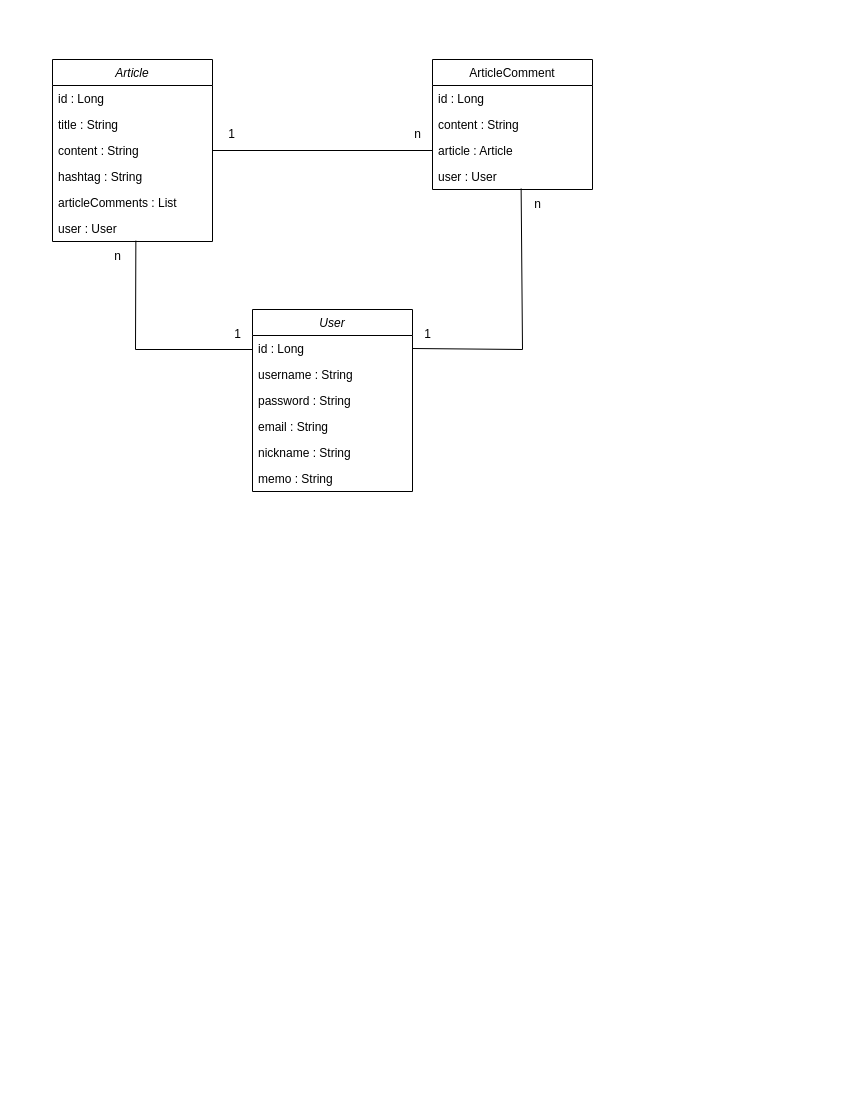
Earlier version of the draw.io diagram document/project-board_CLASS.drawio (mykim8710/project-board). Source tidied: cells renumbered, new cells numbered last; positions are measured from the earlier drawing's top-left corner, leaving out a move shared by most shapes. Both pictures are drawn from the tidied source at 100%, with x=0, y=0 at pixel (52, 59).
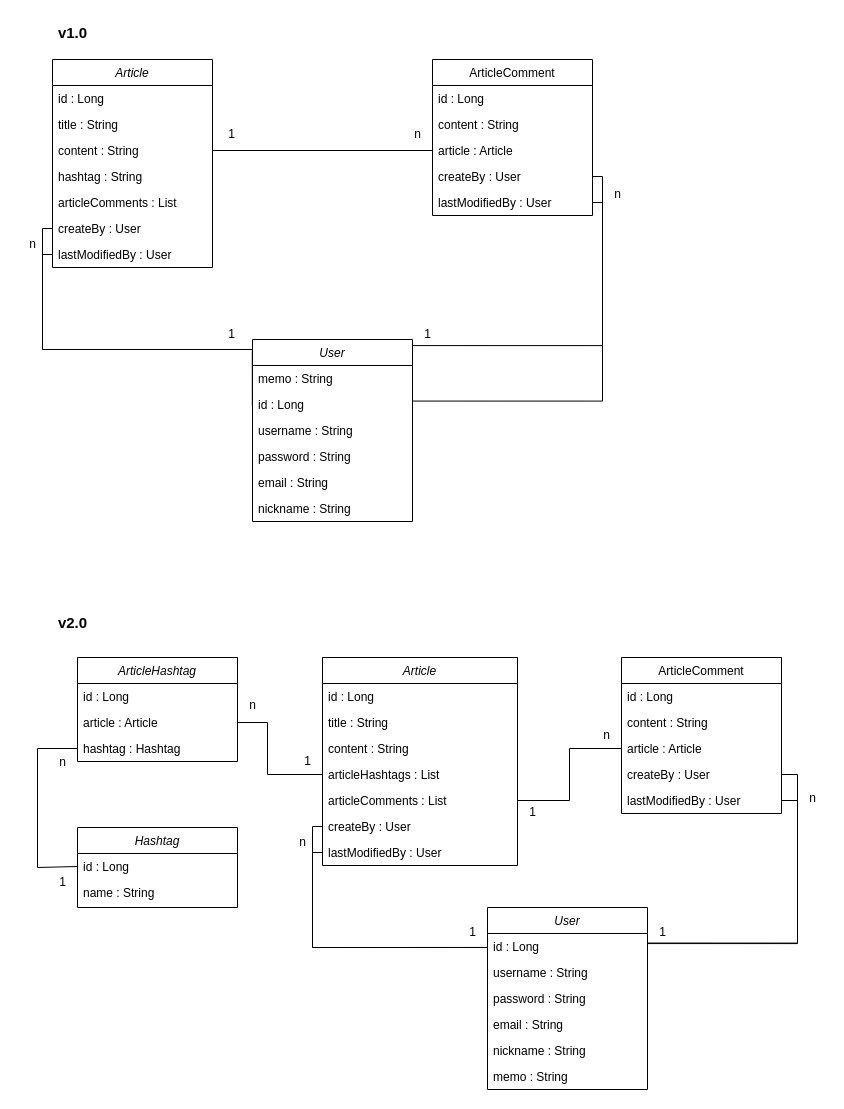
Above is the later version.

Commit message:
#50 - 게시판 서비스 고도화에 따른 클래스 다이어그램 업데이트

Unchanged cells that the change refers to:
```xml
<mxCell id="28" value="1" style="text;html=1;align=center;verticalAlign=middle;points=[];strokeColor=none;fillColor=none;" parent="1" vertex="1">
  <mxGeometry x="360" y="260" width="30" height="30" as="geometry" />
</mxCell>
```

Change to the diagram source:
```diff
@@
     <mxCell id="2" value="Article" style="swimlane;fontStyle=2;align=center;verticalAlign=top;horizontal=1;startSize=26;rounded=0;shadow=0;strokeWidth=1;" parent="1" vertex="1">
-      <mxGeometry width="160" height="182" as="geometry" />
+      <mxGeometry width="160" height="208" as="geometry" />
     </mxCell>
@@
-    <mxCell id="8" value="user : User" style="text;align=left;verticalAlign=top;spacingLeft=4;spacingRight=4;overflow=hidden;points=[[0,0.5],[1,0.5]];portConstraint=eastwest;rounded=0;shadow=0;html=0;" parent="2" vertex="1">
+    <mxCell id="8" value="createBy : User" style="text;align=left;verticalAlign=top;spacingLeft=4;spacingRight=4;overflow=hidden;points=[[0,0.5],[1,0.5]];portConstraint=eastwest;rounded=0;shadow=0;html=0;" parent="2" vertex="1">
       <mxGeometry y="156" width="160" height="26" as="geometry" />
     </mxCell>
+    <mxCell id="30" value="lastModifiedBy : User" style="text;align=left;verticalAlign=top;spacingLeft=4;spacingRight=4;overflow=hidden;points=[[0,0.5],[1,0.5]];portConstraint=eastwest;rounded=0;shadow=0;html=0;" parent="2" vertex="1">
+      <mxGeometry y="182" width="160" height="26" as="geometry" />
+    </mxCell>
     <mxCell id="9" value="ArticleComment" style="swimlane;fontStyle=0;align=center;verticalAlign=top;horizontal=1;startSize=26;rounded=0;shadow=0;strokeWidth=1;" parent="1" vertex="1">
-      <mxGeometry x="380" width="160" height="130" as="geometry" />
+      <mxGeometry x="380" width="160" height="156" as="geometry" />
     </mxCell>
@@
-    <mxCell id="13" value="user : User" style="text;align=left;verticalAlign=top;spacingLeft=4;spacingRight=4;overflow=hidden;points=[[0,0.5],[1,0.5]];portConstraint=eastwest;rounded=0;shadow=0;html=0;" parent="9" vertex="1">
+    <mxCell id="13" value="createBy : User" style="text;align=left;verticalAlign=top;spacingLeft=4;spacingRight=4;overflow=hidden;points=[[0,0.5],[1,0.5]];portConstraint=eastwest;rounded=0;shadow=0;html=0;" parent="9" vertex="1">
       <mxGeometry y="104" width="160" height="26" as="geometry" />
     </mxCell>
+    <mxCell id="31" value="lastModifiedBy : User" style="text;align=left;verticalAlign=top;spacingLeft=4;spacingRight=4;overflow=hidden;points=[[0,0.5],[1,0.5]];portConstraint=eastwest;rounded=0;shadow=0;html=0;" parent="9" vertex="1">
+      <mxGeometry y="130" width="160" height="26" as="geometry" />
+    </mxCell>
     <mxCell id="14" value="User" style="swimlane;fontStyle=2;align=center;verticalAlign=top;horizontal=1;startSize=26;rounded=0;shadow=0;strokeWidth=1;" parent="1" vertex="1">
-      <mxGeometry x="200" y="250" width="160" height="182" as="geometry" />
+      <mxGeometry x="200" y="280" width="160" height="182" as="geometry" />
     </mxCell>
+    <mxCell id="20" value="memo : String" style="text;align=left;verticalAlign=top;spacingLeft=4;spacingRight=4;overflow=hidden;rounded=0;shadow=0;html=0;" parent="14" vertex="1">
+      <mxGeometry y="26" width="160" height="26" as="geometry" />
+    </mxCell>
     <mxCell id="15" value="id : Long" style="text;align=left;verticalAlign=top;spacingLeft=4;spacingRight=4;overflow=hidden;points=[[0,0.5],[1,0.5]];portConstraint=eastwest;" parent="14" vertex="1">
-      <mxGeometry y="26" width="160" height="26" as="geometry" />
+      <mxGeometry y="52" width="160" height="26" as="geometry" />
     </mxCell>
     <mxCell id="16" value="username : String" style="text;align=left;verticalAlign=top;spacingLeft=4;spacingRight=4;overflow=hidden;rounded=0;shadow=0;html=0;" parent="14" vertex="1">
-      <mxGeometry y="52" width="160" height="26" as="geometry" />
+      <mxGeometry y="78" width="160" height="26" as="geometry" />
     </mxCell>
     <mxCell id="17" value="password : String" style="text;align=left;verticalAlign=top;spacingLeft=4;spacingRight=4;overflow=hidden;rounded=0;shadow=0;html=0;" parent="14" vertex="1">
-      <mxGeometry y="78" width="160" height="26" as="geometry" />
+      <mxGeometry y="104" width="160" height="26" as="geometry" />
     </mxCell>
     <mxCell id="18" value="email : String" style="text;align=left;verticalAlign=top;spacingLeft=4;spacingRight=4;overflow=hidden;rounded=0;shadow=0;html=0;" parent="14" vertex="1">
-      <mxGeometry y="104" width="160" height="26" as="geometry" />
+      <mxGeometry y="130" width="160" height="26" as="geometry" />
     </mxCell>
     <mxCell id="19" value="nickname : String" style="text;align=left;verticalAlign=top;spacingLeft=4;spacingRight=4;overflow=hidden;rounded=0;shadow=0;html=0;" parent="14" vertex="1">
-      <mxGeometry y="130" width="160" height="26" as="geometry" />
+      <mxGeometry y="156" width="160" height="26" as="geometry" />
     </mxCell>
-    <mxCell id="20" value="memo : String" style="text;align=left;verticalAlign=top;spacingLeft=4;spacingRight=4;overflow=hidden;rounded=0;shadow=0;html=0;" parent="14" vertex="1">
-      <mxGeometry y="156" width="160" height="26" as="geometry" />
-    </mxCell>
@@
-    <mxCell id="24" style="endArrow=none;html=1;rounded=0;exitX=0.521;exitY=0.967;exitDx=0;exitDy=0;entryX=0;entryY=0.5;entryDx=0;entryDy=0;exitPerimeter=0;" parent="1" edge="1" source="8">
-      <mxGeometry relative="1" as="geometry">
-        <mxPoint x="200" y="290" as="targetPoint" />
-        <Array as="points">
-          <mxPoint x="83" y="290" />
-        </Array>
-      </mxGeometry>
-    </mxCell>
     <mxCell id="25" value="1" style="text;html=1;align=center;verticalAlign=middle;strokeColor=none;fillColor=none;" parent="1" vertex="1">
-      <mxGeometry x="170" y="260" width="30" height="30" as="geometry" />
+      <mxGeometry x="164" y="260" width="30" height="30" as="geometry" />
     </mxCell>
-    <mxCell id="26" value="n" style="text;html=1;align=center;verticalAlign=middle;strokeColor=none;fillColor=none;" parent="1" vertex="1">
-      <mxGeometry x="50" y="182" width="30" height="30" as="geometry" />
-    </mxCell>
-    <mxCell id="27" style="endArrow=none;html=1;rounded=0;entryX=1;entryY=0.5;entryDx=0;entryDy=0;exitX=0.554;exitY=0.96;exitDx=0;exitDy=0;exitPerimeter=0;" parent="1" edge="1" source="13" target="15">
-      <mxGeometry relative="1" as="geometry">
-        <Array as="points">
-          <mxPoint x="470" y="290" />
-        </Array>
-      </mxGeometry>
+    <mxCell id="27" style="endArrow=none;html=1;rounded=0;entryX=0.999;entryY=0.368;entryDx=0;entryDy=0;edgeStyle=orthogonalEdgeStyle;exitX=1;exitY=0.5;exitDx=0;exitDy=0;entryPerimeter=0;" parent="1" edge="1" source="13" target="15">
+      <mxGeometry relative="1" as="geometry" />
     </mxCell>
@@
     <mxCell id="29" value="n" style="text;html=1;align=center;verticalAlign=middle;strokeColor=none;fillColor=none;" parent="1" vertex="1">
-      <mxGeometry x="470" y="130" width="30" height="30" as="geometry" />
+      <mxGeometry x="550" y="120" width="30" height="30" as="geometry" />
     </mxCell>
+    <mxCell id="32" value="&lt;b&gt;&lt;font style=&quot;font-size: 15px;&quot;&gt;v1.0&lt;/font&gt;&lt;/b&gt;" style="text;html=1;align=center;verticalAlign=middle;strokeColor=none;fillColor=none;" parent="1" vertex="1">
+      <mxGeometry x="-5" y="-42" width="50" height="30" as="geometry" />
+    </mxCell>
+    <mxCell id="33" value="&lt;b&gt;&lt;font style=&quot;font-size: 15px;&quot;&gt;v2.0&lt;/font&gt;&lt;/b&gt;" style="text;html=1;align=center;verticalAlign=middle;strokeColor=none;fillColor=none;" parent="1" vertex="1">
+      <mxGeometry x="-5" y="548" width="50" height="30" as="geometry" />
+    </mxCell>
+    <mxCell id="34" value="Hashtag" style="swimlane;fontStyle=2;align=center;verticalAlign=top;horizontal=1;startSize=26;rounded=0;shadow=0;strokeWidth=1;" parent="1" vertex="1">
+      <mxGeometry x="25" y="768" width="160" height="80" as="geometry" />
+    </mxCell>
+    <mxCell id="35" value="id : Long" style="text;align=left;verticalAlign=top;spacingLeft=4;spacingRight=4;overflow=hidden;points=[[0,0.5],[1,0.5]];portConstraint=eastwest;" parent="34" vertex="1">
+      <mxGeometry y="26" width="160" height="26" as="geometry" />
+    </mxCell>
+    <mxCell id="36" value="name : String" style="text;align=left;verticalAlign=top;spacingLeft=4;spacingRight=4;overflow=hidden;rounded=0;shadow=0;html=0;" parent="34" vertex="1">
+      <mxGeometry y="52" width="160" height="26" as="geometry" />
+    </mxCell>
+    <mxCell id="37" value="ArticleHashtag" style="swimlane;fontStyle=2;align=center;verticalAlign=top;horizontal=1;startSize=26;rounded=0;shadow=0;strokeWidth=1;" parent="1" vertex="1">
+      <mxGeometry x="25" y="598" width="160" height="104" as="geometry" />
+    </mxCell>
+    <mxCell id="38" value="id : Long" style="text;align=left;verticalAlign=top;spacingLeft=4;spacingRight=4;overflow=hidden;" parent="37" vertex="1">
+      <mxGeometry y="26" width="160" height="26" as="geometry" />
+    </mxCell>
+    <mxCell id="39" value="article : Article" style="text;align=left;verticalAlign=top;spacingLeft=4;spacingRight=4;overflow=hidden;points=[[0,0.5],[1,0.5]];portConstraint=eastwest;rounded=0;shadow=0;html=0;" parent="37" vertex="1">
+      <mxGeometry y="52" width="160" height="26" as="geometry" />
+    </mxCell>
+    <mxCell id="40" value="hashtag : Hashtag" style="text;align=left;verticalAlign=top;spacingLeft=4;spacingRight=4;overflow=hidden;points=[[0,0.5],[1,0.5]];portConstraint=eastwest;rounded=0;shadow=0;html=0;" parent="37" vertex="1">
+      <mxGeometry y="78" width="160" height="26" as="geometry" />
+    </mxCell>
+    <mxCell id="41" style="endArrow=none;html=1;rounded=0;entryX=0.011;entryY=0.869;entryDx=0;entryDy=0;edgeStyle=orthogonalEdgeStyle;entryPerimeter=0;exitX=1;exitY=0.5;exitDx=0;exitDy=0;" parent="1" edge="1" source="31" target="28">
+      <mxGeometry relative="1" as="geometry">
+        <Array as="points">
+          <mxPoint x="550" y="143" />
+          <mxPoint x="550" y="286" />
+        </Array>
+      </mxGeometry>
+    </mxCell>
+    <mxCell id="42" style="endArrow=none;html=1;rounded=0;entryX=-0.001;entryY=0.537;entryDx=0;entryDy=0;edgeStyle=orthogonalEdgeStyle;exitX=0;exitY=0.5;exitDx=0;exitDy=0;entryPerimeter=0;" parent="1" edge="1" source="8" target="15">
+      <mxGeometry relative="1" as="geometry">
+        <Array as="points">
+          <mxPoint x="-10" y="169" />
+          <mxPoint x="-10" y="290" />
+        </Array>
+      </mxGeometry>
+    </mxCell>
+    <mxCell id="43" style="endArrow=none;html=1;rounded=0;entryX=0;entryY=0.538;entryDx=0;entryDy=0;edgeStyle=orthogonalEdgeStyle;exitX=0;exitY=0.5;exitDx=0;exitDy=0;entryPerimeter=0;" parent="1" edge="1" source="30" target="15">
+      <mxGeometry relative="1" as="geometry">
+        <Array as="points">
+          <mxPoint x="-10" y="195" />
+          <mxPoint x="-10" y="290" />
+        </Array>
+      </mxGeometry>
+    </mxCell>
+    <mxCell id="44" value="n" style="text;html=1;align=center;verticalAlign=middle;strokeColor=none;fillColor=none;" parent="1" vertex="1">
+      <mxGeometry x="-35" y="170" width="30" height="30" as="geometry" />
+    </mxCell>
+    <mxCell id="45" value="Article" style="swimlane;fontStyle=2;align=center;verticalAlign=top;horizontal=1;startSize=26;rounded=0;shadow=0;strokeWidth=1;" parent="1" vertex="1">
+      <mxGeometry x="270" y="598" width="195" height="208" as="geometry" />
+    </mxCell>
+    <mxCell id="46" value="id : Long" style="text;align=left;verticalAlign=top;spacingLeft=4;spacingRight=4;overflow=hidden;" parent="45" vertex="1">
+      <mxGeometry y="26" width="195" height="26" as="geometry" />
+    </mxCell>
+    <mxCell id="47" value="title : String" style="text;align=left;verticalAlign=top;spacingLeft=4;spacingRight=4;overflow=hidden;rounded=0;shadow=0;html=0;" parent="45" vertex="1">
+      <mxGeometry y="52" width="195" height="26" as="geometry" />
+    </mxCell>
+    <mxCell id="48" value="content : String" style="text;align=left;verticalAlign=top;spacingLeft=4;spacingRight=4;overflow=hidden;rounded=0;shadow=0;html=0;" parent="45" vertex="1">
+      <mxGeometry y="78" width="195" height="26" as="geometry" />
+    </mxCell>
+    <mxCell id="49" value="articleHashtags : List" style="text;align=left;verticalAlign=top;spacingLeft=4;spacingRight=4;overflow=hidden;points=[[0,0.5],[1,0.5]];portConstraint=eastwest;rounded=0;shadow=0;html=0;" parent="45" vertex="1">
+      <mxGeometry y="104" width="195" height="26" as="geometry" />
+    </mxCell>
+    <mxCell id="50" value="articleComments : List" style="text;align=left;verticalAlign=top;spacingLeft=4;spacingRight=4;overflow=hidden;points=[[0,0.5],[1,0.5]];portConstraint=eastwest;rounded=0;shadow=0;html=0;" parent="45" vertex="1">
+      <mxGeometry y="130" width="195" height="26" as="geometry" />
+    </mxCell>
+    <mxCell id="51" value="createBy : User" style="text;align=left;verticalAlign=top;spacingLeft=4;spacingRight=4;overflow=hidden;points=[[0,0.5],[1,0.5]];portConstraint=eastwest;rounded=0;shadow=0;html=0;" parent="45" vertex="1">
+      <mxGeometry y="156" width="195" height="26" as="geometry" />
+    </mxCell>
+    <mxCell id="52" value="lastModifiedBy : User" style="text;align=left;verticalAlign=top;spacingLeft=4;spacingRight=4;overflow=hidden;points=[[0,0.5],[1,0.5]];portConstraint=eastwest;rounded=0;shadow=0;html=0;" parent="45" vertex="1">
+      <mxGeometry y="182" width="195" height="26" as="geometry" />
+    </mxCell>
+    <mxCell id="53" value="ArticleComment" style="swimlane;fontStyle=0;align=center;verticalAlign=top;horizontal=1;startSize=26;rounded=0;shadow=0;strokeWidth=1;" parent="1" vertex="1">
+      <mxGeometry x="569" y="598" width="160" height="156" as="geometry" />
+    </mxCell>
+    <mxCell id="54" value="id : Long" style="text;align=left;verticalAlign=top;spacingLeft=4;spacingRight=4;overflow=hidden;" parent="53" vertex="1">
+      <mxGeometry y="26" width="160" height="26" as="geometry" />
+    </mxCell>
+    <mxCell id="55" value="content : String" style="text;align=left;verticalAlign=top;spacingLeft=4;spacingRight=4;overflow=hidden;rounded=0;shadow=0;html=0;" parent="53" vertex="1">
+      <mxGeometry y="52" width="160" height="26" as="geometry" />
+    </mxCell>
+    <mxCell id="56" value="article : Article" style="text;align=left;verticalAlign=top;spacingLeft=4;spacingRight=4;overflow=hidden;points=[[0,0.5],[1,0.5]];portConstraint=eastwest;rounded=0;shadow=0;html=0;" parent="53" vertex="1">
+      <mxGeometry y="78" width="160" height="26" as="geometry" />
+    </mxCell>
+    <mxCell id="57" value="createBy : User" style="text;align=left;verticalAlign=top;spacingLeft=4;spacingRight=4;overflow=hidden;points=[[0,0.5],[1,0.5]];portConstraint=eastwest;rounded=0;shadow=0;html=0;" parent="53" vertex="1">
+      <mxGeometry y="104" width="160" height="26" as="geometry" />
+    </mxCell>
+    <mxCell id="58" value="lastModifiedBy : User" style="text;align=left;verticalAlign=top;spacingLeft=4;spacingRight=4;overflow=hidden;points=[[0,0.5],[1,0.5]];portConstraint=eastwest;rounded=0;shadow=0;html=0;" parent="53" vertex="1">
+      <mxGeometry y="130" width="160" height="26" as="geometry" />
+    </mxCell>
+    <mxCell id="59" value="User" style="swimlane;fontStyle=2;align=center;verticalAlign=top;horizontal=1;startSize=26;rounded=0;shadow=0;strokeWidth=1;" parent="1" vertex="1">
+      <mxGeometry x="435" y="848" width="160" height="182" as="geometry" />
+    </mxCell>
+    <mxCell id="60" value="id : Long" style="text;align=left;verticalAlign=top;spacingLeft=4;spacingRight=4;overflow=hidden;points=[[0,0.5],[1,0.5]];portConstraint=eastwest;" parent="59" vertex="1">
+      <mxGeometry y="26" width="160" height="26" as="geometry" />
+    </mxCell>
+    <mxCell id="61" value="username : String" style="text;align=left;verticalAlign=top;spacingLeft=4;spacingRight=4;overflow=hidden;rounded=0;shadow=0;html=0;" parent="59" vertex="1">
+      <mxGeometry y="52" width="160" height="26" as="geometry" />
+    </mxCell>
+    <mxCell id="62" value="password : String" style="text;align=left;verticalAlign=top;spacingLeft=4;spacingRight=4;overflow=hidden;rounded=0;shadow=0;html=0;" parent="59" vertex="1">
+      <mxGeometry y="78" width="160" height="26" as="geometry" />
+    </mxCell>
+    <mxCell id="63" value="email : String" style="text;align=left;verticalAlign=top;spacingLeft=4;spacingRight=4;overflow=hidden;rounded=0;shadow=0;html=0;" parent="59" vertex="1">
+      <mxGeometry y="104" width="160" height="26" as="geometry" />
+    </mxCell>
+    <mxCell id="64" value="nickname : String" style="text;align=left;verticalAlign=top;spacingLeft=4;spacingRight=4;overflow=hidden;rounded=0;shadow=0;html=0;" parent="59" vertex="1">
+      <mxGeometry y="130" width="160" height="26" as="geometry" />
+    </mxCell>
+    <mxCell id="65" value="memo : String" style="text;align=left;verticalAlign=top;spacingLeft=4;spacingRight=4;overflow=hidden;rounded=0;shadow=0;html=0;" parent="59" vertex="1">
+      <mxGeometry y="156" width="160" height="26" as="geometry" />
+    </mxCell>
+    <mxCell id="66" style="endArrow=none;html=1;rounded=0;exitX=1;exitY=0.5;exitDx=0;exitDy=0;entryX=0;entryY=0.5;entryDx=0;entryDy=0;edgeStyle=orthogonalEdgeStyle;" parent="1" edge="1" source="50" target="56">
+      <mxGeometry relative="1" as="geometry" />
+    </mxCell>
+    <mxCell id="67" value="1" style="text;html=1;align=center;verticalAlign=middle;strokeColor=none;fillColor=none;" parent="1" vertex="1">
+      <mxGeometry x="465" y="738" width="30" height="30" as="geometry" />
+    </mxCell>
+    <mxCell id="68" value="n" style="text;html=1;align=center;verticalAlign=middle;strokeColor=none;fillColor=none;" parent="1" vertex="1">
+      <mxGeometry x="539" y="661" width="30" height="30" as="geometry" />
+    </mxCell>
+    <mxCell id="69" value="1" style="text;html=1;align=center;verticalAlign=middle;strokeColor=none;fillColor=none;" parent="1" vertex="1">
+      <mxGeometry x="405" y="858" width="30" height="30" as="geometry" />
+    </mxCell>
+    <mxCell id="70" style="endArrow=none;html=1;rounded=0;entryX=0.999;entryY=0.368;entryDx=0;entryDy=0;edgeStyle=orthogonalEdgeStyle;exitX=1;exitY=0.5;exitDx=0;exitDy=0;entryPerimeter=0;" parent="1" edge="1" source="57" target="60">
+      <mxGeometry relative="1" as="geometry">
+        <Array as="points">
+          <mxPoint x="745" y="715" />
+          <mxPoint x="745" y="884" />
+        </Array>
+      </mxGeometry>
+    </mxCell>
+    <mxCell id="71" value="1" style="text;html=1;align=center;verticalAlign=middle;points=[];strokeColor=none;fillColor=none;" parent="1" vertex="1">
+      <mxGeometry x="595" y="858" width="30" height="30" as="geometry" />
+    </mxCell>
+    <mxCell id="72" value="n" style="text;html=1;align=center;verticalAlign=middle;strokeColor=none;fillColor=none;" parent="1" vertex="1">
+      <mxGeometry x="745" y="724" width="30" height="30" as="geometry" />
+    </mxCell>
+    <mxCell id="73" style="endArrow=none;html=1;rounded=0;entryX=0.011;entryY=0.869;entryDx=0;entryDy=0;edgeStyle=orthogonalEdgeStyle;entryPerimeter=0;exitX=1;exitY=0.5;exitDx=0;exitDy=0;" parent="1" edge="1" source="58" target="71">
+      <mxGeometry relative="1" as="geometry">
+        <Array as="points">
+          <mxPoint x="745" y="741" />
+          <mxPoint x="745" y="884" />
+        </Array>
+      </mxGeometry>
+    </mxCell>
+    <mxCell id="74" style="endArrow=none;html=1;rounded=0;entryX=-0.001;entryY=0.537;entryDx=0;entryDy=0;edgeStyle=orthogonalEdgeStyle;exitX=0;exitY=0.5;exitDx=0;exitDy=0;entryPerimeter=0;" parent="1" edge="1" source="51" target="60">
+      <mxGeometry relative="1" as="geometry">
+        <Array as="points">
+          <mxPoint x="260" y="767" />
+          <mxPoint x="260" y="888" />
+        </Array>
+      </mxGeometry>
+    </mxCell>
+    <mxCell id="75" style="endArrow=none;html=1;rounded=0;entryX=0;entryY=0.538;entryDx=0;entryDy=0;edgeStyle=orthogonalEdgeStyle;exitX=0;exitY=0.5;exitDx=0;exitDy=0;entryPerimeter=0;" parent="1" edge="1" source="52" target="60">
+      <mxGeometry relative="1" as="geometry">
+        <Array as="points">
+          <mxPoint x="260" y="793" />
+          <mxPoint x="260" y="888" />
+        </Array>
+      </mxGeometry>
+    </mxCell>
+    <mxCell id="76" value="n" style="text;html=1;align=center;verticalAlign=middle;strokeColor=none;fillColor=none;" parent="1" vertex="1">
+      <mxGeometry x="235" y="768" width="30" height="30" as="geometry" />
+    </mxCell>
+    <mxCell id="77" style="endArrow=none;html=1;rounded=0;entryX=0;entryY=0.5;entryDx=0;entryDy=0;edgeStyle=orthogonalEdgeStyle;exitX=0;exitY=0.5;exitDx=0;exitDy=0;" parent="1" edge="1" source="40" target="35">
+      <mxGeometry relative="1" as="geometry">
+        <Array as="points">
+          <mxPoint x="-15" y="689" />
+          <mxPoint x="-15" y="808" />
+          <mxPoint x="25" y="808" />
+        </Array>
+      </mxGeometry>
+    </mxCell>
+    <mxCell id="78" value="n" style="text;html=1;align=center;verticalAlign=middle;strokeColor=none;fillColor=none;" parent="1" vertex="1">
+      <mxGeometry x="-5" y="688" width="30" height="30" as="geometry" />
+    </mxCell>
+    <mxCell id="79" value="1" style="text;html=1;align=center;verticalAlign=middle;strokeColor=none;fillColor=none;" parent="1" vertex="1">
+      <mxGeometry x="-5" y="808" width="30" height="30" as="geometry" />
+    </mxCell>
+    <mxCell id="80" style="endArrow=none;html=1;rounded=0;entryX=0;entryY=0.5;entryDx=0;entryDy=0;edgeStyle=orthogonalEdgeStyle;" parent="1" edge="1" target="49">
+      <mxGeometry relative="1" as="geometry">
+        <mxPoint x="185" y="663" as="sourcePoint" />
+        <Array as="points">
+          <mxPoint x="215" y="663" />
+          <mxPoint x="215" y="715" />
+        </Array>
+      </mxGeometry>
+    </mxCell>
+    <mxCell id="81" value="1" style="text;html=1;align=center;verticalAlign=middle;strokeColor=none;fillColor=none;" parent="1" vertex="1">
+      <mxGeometry x="240" y="687" width="30" height="30" as="geometry" />
+    </mxCell>
+    <mxCell id="82" style="endArrow=none;html=1;rounded=0;entryX=0;entryY=0.5;entryDx=0;entryDy=0;edgeStyle=orthogonalEdgeStyle;exitX=1;exitY=0.5;exitDx=0;exitDy=0;" parent="1" edge="1" source="39">
+      <mxGeometry relative="1" as="geometry">
+        <mxPoint x="185" y="649" as="targetPoint" />
+      </mxGeometry>
+    </mxCell>
+    <mxCell id="83" value="n" style="text;html=1;align=center;verticalAlign=middle;strokeColor=none;fillColor=none;" parent="1" vertex="1">
+      <mxGeometry x="185" y="631" width="30" height="30" as="geometry" />
+    </mxCell>
```
